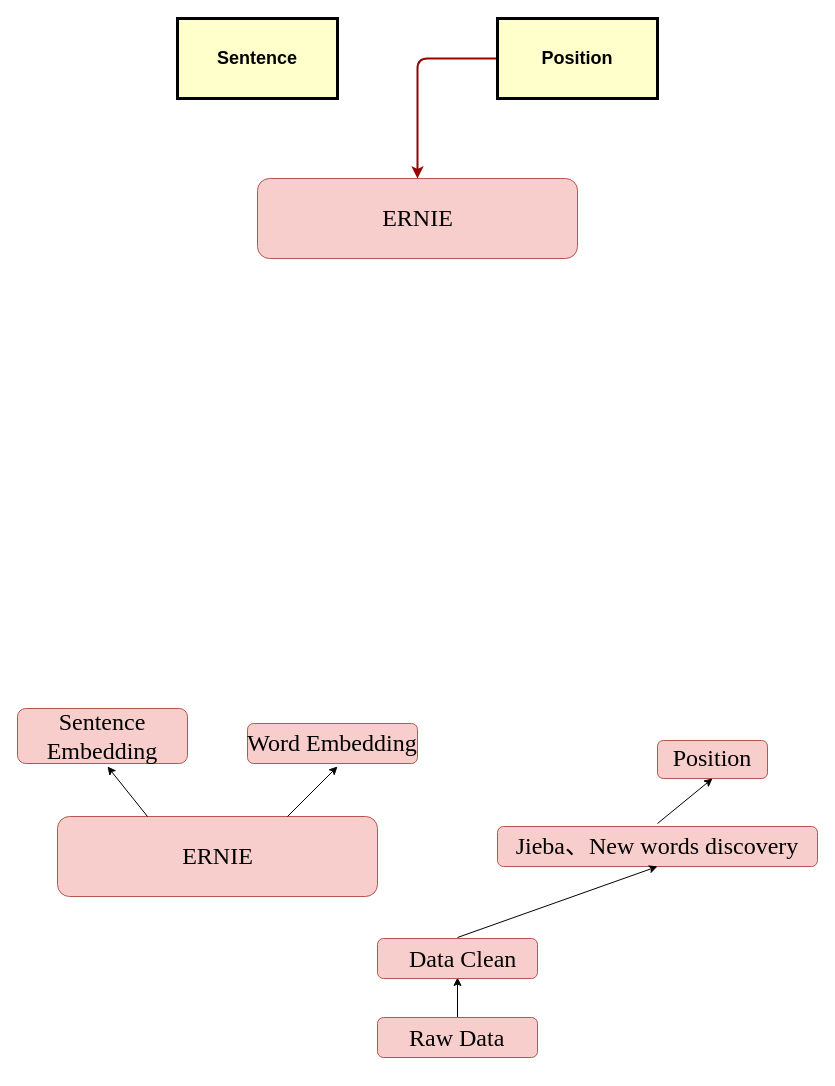
yesxiaoyu/git-demo keeps this draw.io diagram as AttentionRank.drawio. Above is the earlier version. Source tidied: cells renumbered, new cells numbered last; positions are measured from the earlier drawing's top-left corner, leaving out a move shared by most shapes. Both pictures are drawn from the tidied source at 100%, with x=0, y=0 at pixel (17, 18).
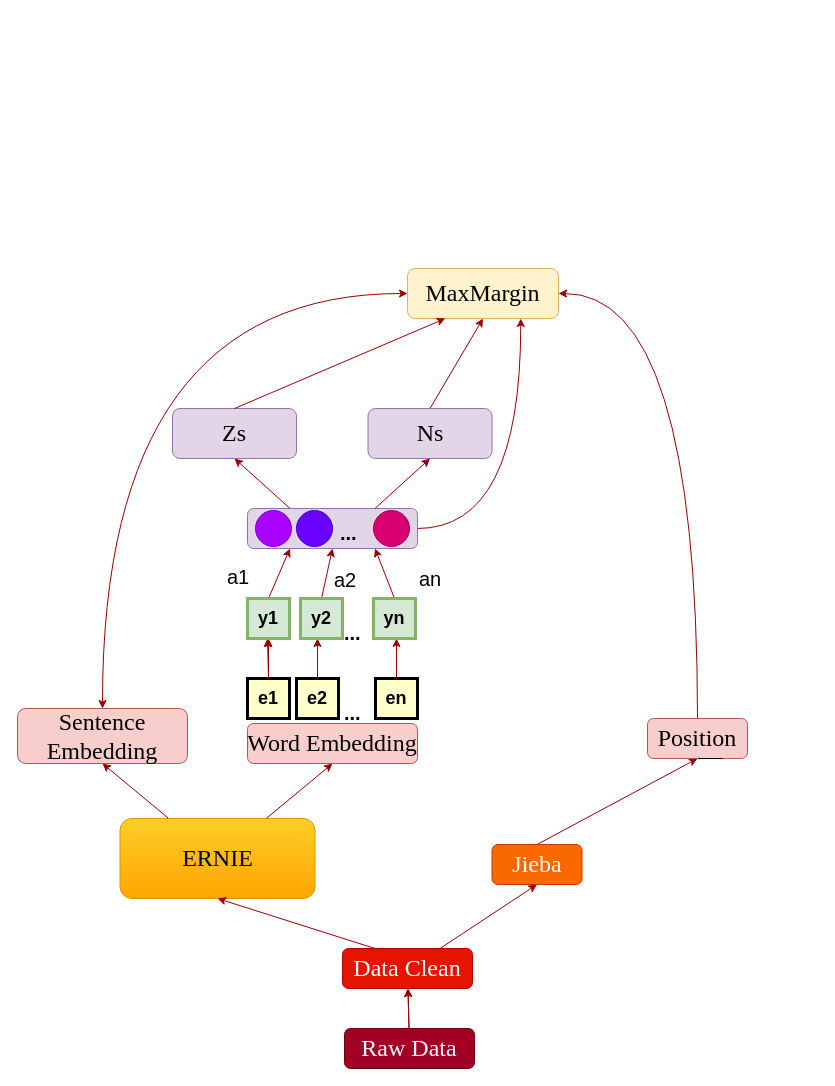
The same page after the edit.

The change refers to these unchanged cells:
```xml
<mxCell id="36" value="&lt;font face=&quot;Times New Roman&quot;&gt;Word&amp;nbsp;Embedding&lt;/font&gt;" style="rounded=1;whiteSpace=wrap;html=1;fontSize=24;fillColor=#f8cecc;strokeColor=#b85450;" parent="1" vertex="1">
  <mxGeometry x="230" y="705" width="170" height="40" as="geometry" />
</mxCell>
<mxCell id="37" value="&lt;font face=&quot;Times New Roman&quot;&gt;Sentence Embedding&lt;/font&gt;" style="rounded=1;whiteSpace=wrap;html=1;fontSize=24;fillColor=#f8cecc;strokeColor=#b85450;" parent="1" vertex="1">
  <mxGeometry y="690" width="170" height="55" as="geometry" />
</mxCell>
```

What changed in the source:
```diff
@@
-    <mxCell id="2" style="group;fillColor=#ffffff;" parent="1" vertex="1">
-      <mxGeometry x="240" y="160" width="320" height="80" as="geometry" />
-    </mxCell>
-    <mxCell id="3" style="group;" parent="2" vertex="1">
-      <mxGeometry width="320" height="80" as="geometry" />
-    </mxCell>
-    <mxCell id="4" style="group;" parent="3" vertex="1">
-      <mxGeometry width="320" height="80" as="geometry" />
-    </mxCell>
-    <mxCell id="5" style="rounded=1;whiteSpace=wrap;html=1;fontSize=24;fillColor=#f8cecc;strokeColor=#b85450;" parent="4" vertex="1">
-      <mxGeometry width="320" height="80" as="geometry" />
-    </mxCell>
-    <mxCell id="6" value="ERNIE" style="text;html=1;strokeColor=none;fillColor=none;align=center;verticalAlign=middle;whiteSpace=wrap;rounded=0;fontSize=24;fontFamily=Times New Roman;" parent="4" vertex="1">
-      <mxGeometry x="141.7" y="30" width="36.6" height="20" as="geometry" />
-    </mxCell>
-    <mxCell id="7" value="Sentence" style="whiteSpace=wrap;align=center;verticalAlign=middle;fontStyle=1;strokeWidth=3;fillColor=#FFFFCC;fontSize=18;" parent="1" vertex="1">
-      <mxGeometry x="160" width="160" height="80" as="geometry" />
-    </mxCell>
-    <mxCell id="8" style="edgeStyle=elbowEdgeStyle;elbow=horizontal;strokeColor=#990000;strokeWidth=2;entryX=0.5;entryY=0;entryDx=0;entryDy=0;" parent="1" edge="1" target="5">
-      <mxGeometry relative="1" as="geometry">
-        <mxPoint x="480" y="40" as="sourcePoint" />
-        <Array as="points">
-          <mxPoint x="400" y="90" />
-          <mxPoint x="440" y="90" />
-          <mxPoint x="460" y="130" />
-          <mxPoint x="490" y="130" />
-        </Array>
-      </mxGeometry>
-    </mxCell>
-    <mxCell id="9" value="Position" style="whiteSpace=wrap;align=center;verticalAlign=middle;fontStyle=1;strokeWidth=3;fillColor=#FFFFCC;fontSize=18;" parent="1" vertex="1">
-      <mxGeometry x="480" width="160" height="80" as="geometry" />
-    </mxCell>
-    <mxCell id="10" style="edgeStyle=orthogonalEdgeStyle;rounded=0;orthogonalLoop=1;jettySize=auto;html=1;entryX=0.5;entryY=1;entryDx=0;entryDy=0;" parent="1" edge="1">
-      <mxGeometry relative="1" as="geometry">
-        <mxPoint x="440" y="1000" as="sourcePoint" />
-        <mxPoint x="440" y="959" as="targetPoint" />
-      </mxGeometry>
-    </mxCell>
-    <mxCell id="11" style="group;fillColor=#ffffff;" parent="1" vertex="1">
-      <mxGeometry x="480" y="808" width="320" height="40" as="geometry" />
-    </mxCell>
-    <mxCell id="12" style="group;align=center;" parent="11" vertex="1">
-      <mxGeometry width="320" height="40" as="geometry" />
-    </mxCell>
-    <mxCell id="13" style="group;" parent="12" vertex="1">
-      <mxGeometry width="320" height="40" as="geometry" />
-    </mxCell>
-    <mxCell id="14" style="rounded=1;whiteSpace=wrap;html=1;fontSize=24;fillColor=#f8cecc;strokeColor=#b85450;" parent="13" vertex="1">
-      <mxGeometry width="320" height="40" as="geometry" />
-    </mxCell>
-    <mxCell id="15" value="Jieba、New&amp;nbsp;words&amp;nbsp;discovery" style="text;html=1;strokeColor=none;fillColor=none;align=center;verticalAlign=middle;whiteSpace=wrap;rounded=0;fontSize=24;fontFamily=Times New Roman;" parent="13" vertex="1">
-      <mxGeometry x="10" y="14" width="300" height="11" as="geometry" />
-    </mxCell>
-    <mxCell id="16" style="endArrow=classic;html=1;entryX=0.5;entryY=1;entryDx=0;entryDy=0;" parent="1" edge="1" target="14">
-      <mxGeometry relative="1" as="geometry">
-        <mxPoint x="440" y="919" as="sourcePoint" />
-      </mxGeometry>
-    </mxCell>
-    <mxCell id="17" style="group;fillColor=#ffffff;" parent="1" vertex="1">
-      <mxGeometry x="670" y="722" width="80" height="38" as="geometry" />
-    </mxCell>
-    <mxCell id="18" style="group;align=center;" parent="17" vertex="1">
-      <mxGeometry width="80" height="38" as="geometry" />
-    </mxCell>
-    <mxCell id="19" style="group;" parent="18" vertex="1">
-      <mxGeometry width="80" height="38" as="geometry" />
-    </mxCell>
-    <mxCell id="20" style="rounded=1;whiteSpace=wrap;html=1;fontSize=24;fillColor=#f8cecc;strokeColor=#b85450;" parent="19" vertex="1">
-      <mxGeometry x="-30" width="110" height="38" as="geometry" />
-    </mxCell>
-    <mxCell id="21" value="Position" style="text;html=1;strokeColor=none;fillColor=none;align=center;verticalAlign=middle;whiteSpace=wrap;rounded=0;fontSize=24;fontFamily=Times New Roman;" parent="19" vertex="1">
-      <mxGeometry x="-30" y="13" width="110" height="10" as="geometry" />
-    </mxCell>
-    <mxCell id="22" style="endArrow=classic;html=1;entryX=0.5;entryY=1;entryDx=0;entryDy=0;" parent="1" edge="1" target="20">
-      <mxGeometry relative="1" as="geometry">
-        <mxPoint x="640" y="805" as="sourcePoint" />
-      </mxGeometry>
+    <mxCell id="22" style="endArrow=classic;html=1;entryX=0.5;entryY=1;entryDx=0;entryDy=0;strokeColor=#990000;exitX=0.5;exitY=0;exitDx=0;exitDy=0;" parent="1" edge="1" source="51" target="42">
+      <mxGeometry relative="1" as="geometry" />
     </mxCell>
-    <mxCell id="23" style="group;" parent="1" vertex="1">
-      <mxGeometry x="360" y="920" width="160" height="40" as="geometry" />
-    </mxCell>
-    <mxCell id="24" style="rounded=1;whiteSpace=wrap;html=1;fontSize=24;fillColor=#f8cecc;strokeColor=#b85450;" parent="23" vertex="1">
-      <mxGeometry width="160" height="40" as="geometry" />
-    </mxCell>
-    <mxCell id="25" value="&lt;font style=&quot;font-size: 24px&quot; face=&quot;Times New Roman&quot;&gt;Data Clean&lt;/font&gt;" style="text;html=1;" parent="23" vertex="1">
-      <mxGeometry x="30" width="90" height="30" as="geometry" />
-    </mxCell>
-    <mxCell id="26" style="group;" parent="1" vertex="1">
-      <mxGeometry x="360" y="999" width="160" height="40" as="geometry" />
-    </mxCell>
-    <mxCell id="27" style="rounded=1;whiteSpace=wrap;html=1;fontSize=24;fillColor=#f8cecc;strokeColor=#b85450;" parent="26" vertex="1">
-      <mxGeometry width="160" height="40" as="geometry" />
-    </mxCell>
-    <mxCell id="28" value="&lt;font face=&quot;Times New Roman&quot;&gt;&lt;span style=&quot;font-size: 24px&quot;&gt;Raw&amp;nbsp;Data&lt;/span&gt;&lt;/font&gt;&lt;br&gt;" style="text;html=1;" parent="26" vertex="1">
-      <mxGeometry x="30" width="90" height="30" as="geometry" />
-    </mxCell>
-    <mxCell id="29" style="group;fillColor=#ffffff;" parent="1" vertex="1">
-      <mxGeometry x="40" y="798" width="320" height="80" as="geometry" />
-    </mxCell>
-    <mxCell id="30" style="group;" parent="29" vertex="1">
-      <mxGeometry width="320" height="80" as="geometry" />
-    </mxCell>
-    <mxCell id="31" style="group;" parent="30" vertex="1">
-      <mxGeometry width="320" height="80" as="geometry" />
-    </mxCell>
-    <mxCell id="32" style="rounded=1;whiteSpace=wrap;html=1;fontSize=24;fillColor=#f8cecc;strokeColor=#b85450;" parent="31" vertex="1">
-      <mxGeometry width="320" height="80" as="geometry" />
-    </mxCell>
-    <mxCell id="33" value="ERNIE" style="text;html=1;strokeColor=none;fillColor=none;align=center;verticalAlign=middle;whiteSpace=wrap;rounded=0;fontSize=24;fontFamily=Times New Roman;" parent="31" vertex="1">
-      <mxGeometry x="141.7" y="30" width="36.6" height="20" as="geometry" />
-    </mxCell>
-    <mxCell id="34" style="endArrow=classic;html=1;" parent="1" edge="1">
-      <mxGeometry relative="1" as="geometry">
-        <mxPoint x="270" y="798" as="sourcePoint" />
-        <mxPoint x="320" y="748" as="targetPoint" />
-      </mxGeometry>
+    <mxCell id="34" style="endArrow=classic;html=1;strokeColor=#990000;exitX=0.75;exitY=0;exitDx=0;exitDy=0;entryX=0.5;entryY=1;entryDx=0;entryDy=0;" parent="1" edge="1" source="40" target="36">
+      <mxGeometry relative="1" as="geometry" />
     </mxCell>
-    <mxCell id="35" style="endArrow=classic;html=1;" parent="1" edge="1">
-      <mxGeometry relative="1" as="geometry">
-        <mxPoint x="130" y="798" as="sourcePoint" />
-        <mxPoint x="90" y="748" as="targetPoint" />
-      </mxGeometry>
+    <mxCell id="35" style="endArrow=classic;html=1;strokeColor=#990000;exitX=0.25;exitY=0;exitDx=0;exitDy=0;entryX=0.5;entryY=1;entryDx=0;entryDy=0;" parent="1" edge="1" source="40" target="37">
+      <mxGeometry relative="1" as="geometry" />
     </mxCell>
@@
+    <mxCell id="38" style="edgeStyle=orthogonalEdgeStyle;curved=1;rounded=0;comic=0;jettySize=auto;html=1;endArrow=classic;endFill=1;strokeColor=#990000;" parent="1" edge="1" source="39" target="71">
+      <mxGeometry relative="1" as="geometry" />
+    </mxCell>
+    <mxCell id="39" value="e1" style="whiteSpace=wrap;align=center;verticalAlign=middle;fontStyle=1;strokeWidth=3;fillColor=#FFFFCC;fontSize=18;" parent="1" vertex="1">
+      <mxGeometry x="230" y="660" width="42" height="40" as="geometry" />
+    </mxCell>
+    <mxCell id="40" value="&lt;font face=&quot;Times New Roman&quot;&gt;ERNIE&lt;/font&gt;" style="rounded=1;whiteSpace=wrap;html=1;fontSize=24;fillColor=#ffcd28;strokeColor=#d79b00;gradientColor=#ffa500;" parent="1" vertex="1">
+      <mxGeometry x="102.5" y="800" width="195" height="80" as="geometry" />
+    </mxCell>
+    <mxCell id="41" style="edgeStyle=orthogonalEdgeStyle;rounded=0;jettySize=auto;html=1;exitX=0.5;exitY=0;exitDx=0;exitDy=0;strokeColor=#990000;entryX=1;entryY=0.5;entryDx=0;entryDy=0;curved=1;" parent="1" edge="1" source="42" target="65">
+      <mxGeometry relative="1" as="geometry" />
+    </mxCell>
+    <mxCell id="42" value="&lt;font face=&quot;Times New Roman&quot;&gt;Position&lt;/font&gt;" style="rounded=1;whiteSpace=wrap;html=1;fontSize=24;fillColor=#f8cecc;strokeColor=#b85450;" parent="1" vertex="1">
+      <mxGeometry x="630" y="700" width="100" height="40" as="geometry" />
+    </mxCell>
+    <mxCell id="43" style="edgeStyle=orthogonalEdgeStyle;rounded=0;orthogonalLoop=1;jettySize=auto;html=1;exitX=0.75;exitY=1;exitDx=0;exitDy=0;entryX=0.5;entryY=1;entryDx=0;entryDy=0;startSize=0;endSize=0;" parent="1" edge="1" source="42" target="42">
+      <mxGeometry relative="1" as="geometry" />
+    </mxCell>
+    <mxCell id="44" style="endArrow=classic;html=1;strokeColor=#990000;entryX=0.5;entryY=1;entryDx=0;entryDy=0;exitX=0.75;exitY=0;exitDx=0;exitDy=0;" parent="1" edge="1" source="25" target="51">
+      <mxGeometry relative="1" as="geometry" />
+    </mxCell>
+    <mxCell id="45" style="endArrow=classic;html=1;strokeColor=#990000;entryX=0.5;entryY=1;entryDx=0;entryDy=0;exitX=0.25;exitY=0;exitDx=0;exitDy=0;" parent="1" edge="1" source="25" target="40">
+      <mxGeometry relative="1" as="geometry" />
+    </mxCell>
+    <mxCell id="46" value="e2" style="whiteSpace=wrap;align=center;verticalAlign=middle;fontStyle=1;strokeWidth=3;fillColor=#FFFFCC;fontSize=18;" parent="1" vertex="1">
+      <mxGeometry x="279" y="660" width="42" height="40" as="geometry" />
+    </mxCell>
+    <mxCell id="47" value="en" style="whiteSpace=wrap;align=center;verticalAlign=middle;fontStyle=1;strokeWidth=3;fillColor=#FFFFCC;fontSize=18;" parent="1" vertex="1">
+      <mxGeometry x="358" y="660" width="42" height="40" as="geometry" />
+    </mxCell>
+    <mxCell id="48" value="&lt;div style=&quot;text-align: center&quot;&gt;&lt;span&gt;&lt;b&gt;&lt;font style=&quot;font-size: 20px&quot;&gt;...&lt;/font&gt;&lt;/b&gt;&lt;/span&gt;&lt;/div&gt;" style="text;html=1;align=left;verticalAlign=top;spacingTop=-4;" parent="1" vertex="1">
+      <mxGeometry x="325" y="680" width="30" height="20" as="geometry" />
+    </mxCell>
+    <mxCell id="49" style="edgeStyle=none;rounded=0;jettySize=auto;html=1;strokeColor=#990000;" parent="1" edge="1" source="28" target="25">
+      <mxGeometry relative="1" as="geometry" />
+    </mxCell>
+    <mxCell id="50" style="edgeStyle=none;rounded=0;jettySize=auto;html=1;strokeColor=#990000;" parent="1" edge="1" source="28" target="25">
+      <mxGeometry relative="1" as="geometry" />
+    </mxCell>
+    <mxCell id="28" value="&lt;font face=&quot;Times New Roman&quot;&gt;Raw Data&lt;/font&gt;" style="rounded=1;whiteSpace=wrap;html=1;fontSize=24;fillColor=#a20025;strokeColor=#6F0000;fontColor=#ffffff;" parent="1" vertex="1">
+      <mxGeometry x="327" y="1010" width="130" height="40" as="geometry" />
+    </mxCell>
+    <mxCell id="25" value="&lt;font face=&quot;Times New Roman&quot;&gt;Data Clean&lt;/font&gt;" style="rounded=1;whiteSpace=wrap;html=1;fontSize=24;fillColor=#e51400;strokeColor=#B20000;fontColor=#ffffff;" parent="1" vertex="1">
+      <mxGeometry x="325" y="930" width="130" height="40" as="geometry" />
+    </mxCell>
+    <mxCell id="51" value="&lt;font face=&quot;Times New Roman&quot;&gt;Jieba&lt;/font&gt;" style="rounded=1;whiteSpace=wrap;html=1;fontSize=24;fillColor=#fa6800;strokeColor=#C73500;fontColor=#ffffff;" parent="1" vertex="1">
+      <mxGeometry x="474.5" y="826" width="90" height="40" as="geometry" />
+    </mxCell>
+    <mxCell id="52" style="edgeStyle=orthogonalEdgeStyle;curved=1;rounded=0;comic=0;jettySize=auto;html=1;exitX=1;exitY=0.5;exitDx=0;exitDy=0;entryX=0.75;entryY=1;entryDx=0;entryDy=0;endArrow=classic;endFill=1;strokeColor=#990000;" parent="1" edge="1" source="53" target="65">
+      <mxGeometry relative="1" as="geometry" />
+    </mxCell>
+    <mxCell id="53" style="rounded=1;whiteSpace=wrap;html=1;fontSize=24;fillColor=#e1d5e7;strokeColor=#9673a6;" parent="1" vertex="1">
+      <mxGeometry x="230" y="490" width="170" height="40" as="geometry" />
+    </mxCell>
+    <mxCell id="54" style="ellipse;whiteSpace=wrap;html=1;strokeColor=#7700CC;fillColor=#aa00ff;fontColor=#ffffff;" parent="1" vertex="1">
+      <mxGeometry x="238" y="492" width="36" height="36" as="geometry" />
+    </mxCell>
+    <mxCell id="55" style="ellipse;whiteSpace=wrap;html=1;strokeColor=#3700CC;fillColor=#6a00ff;fontColor=#ffffff;" parent="1" vertex="1">
+      <mxGeometry x="279" y="492" width="36" height="36" as="geometry" />
+    </mxCell>
+    <mxCell id="56" style="ellipse;whiteSpace=wrap;html=1;strokeColor=#A50040;fillColor=#d80073;fontColor=#ffffff;" parent="1" vertex="1">
+      <mxGeometry x="356" y="492" width="36" height="36" as="geometry" />
+    </mxCell>
+    <mxCell id="57" style="endArrow=classic;html=1;strokeColor=#990000;exitX=0.5;exitY=0;exitDx=0;exitDy=0;" parent="1" edge="1" source="47">
+      <mxGeometry relative="1" as="geometry">
+        <mxPoint x="379" y="620" as="targetPoint" />
+      </mxGeometry>
+    </mxCell>
+    <mxCell id="58" style="endArrow=classic;html=1;strokeColor=#990000;exitX=0.5;exitY=0;exitDx=0;exitDy=0;" parent="1" edge="1" source="46">
+      <mxGeometry relative="1" as="geometry">
+        <mxPoint x="300" y="620" as="targetPoint" />
+      </mxGeometry>
+    </mxCell>
+    <mxCell id="59" style="endArrow=classic;html=1;strokeColor=#990000;exitX=0.5;exitY=0;exitDx=0;exitDy=0;" parent="1" edge="1" source="39">
+      <mxGeometry relative="1" as="geometry">
+        <mxPoint x="250" y="620" as="targetPoint" />
+      </mxGeometry>
+    </mxCell>
+    <mxCell id="60" value="&lt;font face=&quot;Times New Roman&quot;&gt;Zs&lt;/font&gt;" style="rounded=1;whiteSpace=wrap;html=1;fontSize=24;fillColor=#e1d5e7;strokeColor=#9673a6;" parent="1" vertex="1">
+      <mxGeometry x="155" y="390" width="124" height="50" as="geometry" />
+    </mxCell>
+    <mxCell id="61" style="rounded=0;jettySize=auto;html=1;exitX=0.5;exitY=0;exitDx=0;exitDy=0;entryX=0.5;entryY=1;entryDx=0;entryDy=0;strokeColor=#990000;" parent="1" edge="1" source="62" target="65">
+      <mxGeometry relative="1" as="geometry" />
+    </mxCell>
+    <mxCell id="62" value="&lt;font face=&quot;Times New Roman&quot;&gt;Ns&lt;/font&gt;" style="rounded=1;whiteSpace=wrap;html=1;fontSize=24;fillColor=#e1d5e7;strokeColor=#9673a6;" parent="1" vertex="1">
+      <mxGeometry x="350.5" y="390" width="124" height="50" as="geometry" />
+    </mxCell>
+    <mxCell id="63" style="endArrow=classic;html=1;strokeColor=#990000;entryX=0.5;entryY=1;entryDx=0;entryDy=0;exitX=0.75;exitY=0;exitDx=0;exitDy=0;" parent="1" edge="1" source="53" target="62">
+      <mxGeometry relative="1" as="geometry" />
+    </mxCell>
+    <mxCell id="64" style="endArrow=classic;html=1;strokeColor=#990000;exitX=0.25;exitY=0;exitDx=0;exitDy=0;entryX=0.5;entryY=1;entryDx=0;entryDy=0;" parent="1" edge="1" source="53" target="60">
+      <mxGeometry relative="1" as="geometry" />
+    </mxCell>
+    <mxCell id="65" value="&lt;font face=&quot;Times New Roman&quot;&gt;MaxMargin&lt;/font&gt;" style="rounded=1;whiteSpace=wrap;html=1;fontSize=24;fillColor=#fff2cc;strokeColor=#d6b656;" parent="1" vertex="1">
+      <mxGeometry x="390" y="250" width="151" height="50" as="geometry" />
+    </mxCell>
+    <mxCell id="66" style="endArrow=classic;html=1;strokeColor=#990000;exitX=0.5;exitY=0;exitDx=0;exitDy=0;entryX=0.25;entryY=1;entryDx=0;entryDy=0;" parent="1" edge="1" source="60" target="65">
+      <mxGeometry relative="1" as="geometry" />
+    </mxCell>
+    <mxCell id="67" style="edgeStyle=none;rounded=0;orthogonalLoop=1;jettySize=auto;html=1;exitX=0.5;exitY=0;exitDx=0;exitDy=0;strokeColor=#990000;" parent="1" edge="1" source="25" target="25">
+      <mxGeometry relative="1" as="geometry" />
+    </mxCell>
+    <mxCell id="68" style="endArrow=classic;startArrow=classic;html=1;strokeColor=#990000;exitX=0.5;exitY=0;exitDx=0;exitDy=0;entryX=0;entryY=0.5;entryDx=0;entryDy=0;edgeStyle=orthogonalEdgeStyle;curved=1;" parent="1" edge="1" source="37" target="65">
+      <mxGeometry relative="1" as="geometry" />
+    </mxCell>
+    <mxCell id="69" value="&lt;div style=&quot;text-align: center&quot;&gt;&lt;span&gt;&lt;b&gt;&lt;font style=&quot;font-size: 20px&quot;&gt;...&lt;/font&gt;&lt;/b&gt;&lt;/span&gt;&lt;/div&gt;" style="text;html=1;align=left;verticalAlign=top;spacingTop=-4;" parent="1" vertex="1">
+      <mxGeometry x="320.5" y="500" width="30" height="20" as="geometry" />
+    </mxCell>
+    <mxCell id="70" style="rounded=0;comic=0;jettySize=auto;html=1;exitX=0.5;exitY=0;exitDx=0;exitDy=0;entryX=0.25;entryY=1;entryDx=0;entryDy=0;endArrow=classic;endFill=1;strokeColor=#990000;" parent="1" edge="1" source="71" target="53">
+      <mxGeometry relative="1" as="geometry" />
+    </mxCell>
+    <mxCell id="71" value="y1" style="whiteSpace=wrap;align=center;verticalAlign=middle;fontStyle=1;strokeWidth=3;fillColor=#d5e8d4;fontSize=18;strokeColor=#82b366;" parent="1" vertex="1">
+      <mxGeometry x="230" y="580" width="42" height="40" as="geometry" />
+    </mxCell>
+    <mxCell id="72" style="edgeStyle=none;rounded=0;comic=0;jettySize=auto;html=1;exitX=0.5;exitY=0;exitDx=0;exitDy=0;entryX=0.5;entryY=1;entryDx=0;entryDy=0;endArrow=classic;endFill=1;strokeColor=#990000;" parent="1" edge="1" source="73" target="53">
+      <mxGeometry relative="1" as="geometry" />
+    </mxCell>
+    <mxCell id="73" value="y2" style="whiteSpace=wrap;align=center;verticalAlign=middle;fontStyle=1;strokeWidth=3;fillColor=#d5e8d4;fontSize=18;strokeColor=#82b366;" parent="1" vertex="1">
+      <mxGeometry x="283" y="580" width="42" height="40" as="geometry" />
+    </mxCell>
+    <mxCell id="74" style="edgeStyle=none;rounded=0;comic=0;jettySize=auto;html=1;exitX=0.5;exitY=0;exitDx=0;exitDy=0;entryX=0.75;entryY=1;entryDx=0;entryDy=0;endArrow=classic;endFill=1;strokeColor=#990000;" parent="1" edge="1" source="75" target="53">
+      <mxGeometry relative="1" as="geometry" />
+    </mxCell>
+    <mxCell id="75" value="yn" style="whiteSpace=wrap;align=center;verticalAlign=middle;fontStyle=1;strokeWidth=3;fillColor=#d5e8d4;fontSize=18;strokeColor=#82b366;" parent="1" vertex="1">
+      <mxGeometry x="356" y="580" width="42" height="40" as="geometry" />
+    </mxCell>
+    <mxCell id="76" value="&lt;div style=&quot;text-align: center&quot;&gt;&lt;span&gt;&lt;b&gt;&lt;font style=&quot;font-size: 20px&quot;&gt;...&lt;/font&gt;&lt;/b&gt;&lt;/span&gt;&lt;/div&gt;" style="text;html=1;align=left;verticalAlign=top;spacingTop=-4;" parent="1" vertex="1">
+      <mxGeometry x="325" y="600" width="30" height="20" as="geometry" />
+    </mxCell>
+    <mxCell id="77" value="&lt;font style=&quot;font-size: 20px&quot;&gt;a1&lt;/font&gt;" style="text;html=1;align=left;verticalAlign=top;spacingTop=-4;" parent="1" vertex="1">
+      <mxGeometry x="208" y="543.5" width="40" height="20" as="geometry" />
+    </mxCell>
+    <mxCell id="78" value="&lt;font style=&quot;font-size: 20px&quot;&gt;a2&lt;/font&gt;" style="text;html=1;align=left;verticalAlign=top;spacingTop=-4;" parent="1" vertex="1">
+      <mxGeometry x="315" y="546.5" width="40" height="20" as="geometry" />
+    </mxCell>
+    <mxCell id="79" value="&lt;font style=&quot;font-size: 20px&quot;&gt;an&lt;/font&gt;" style="text;html=1;align=left;verticalAlign=top;spacingTop=-4;" parent="1" vertex="1">
+      <mxGeometry x="400" y="545.5" width="40" height="20" as="geometry" />
+    </mxCell>
```
